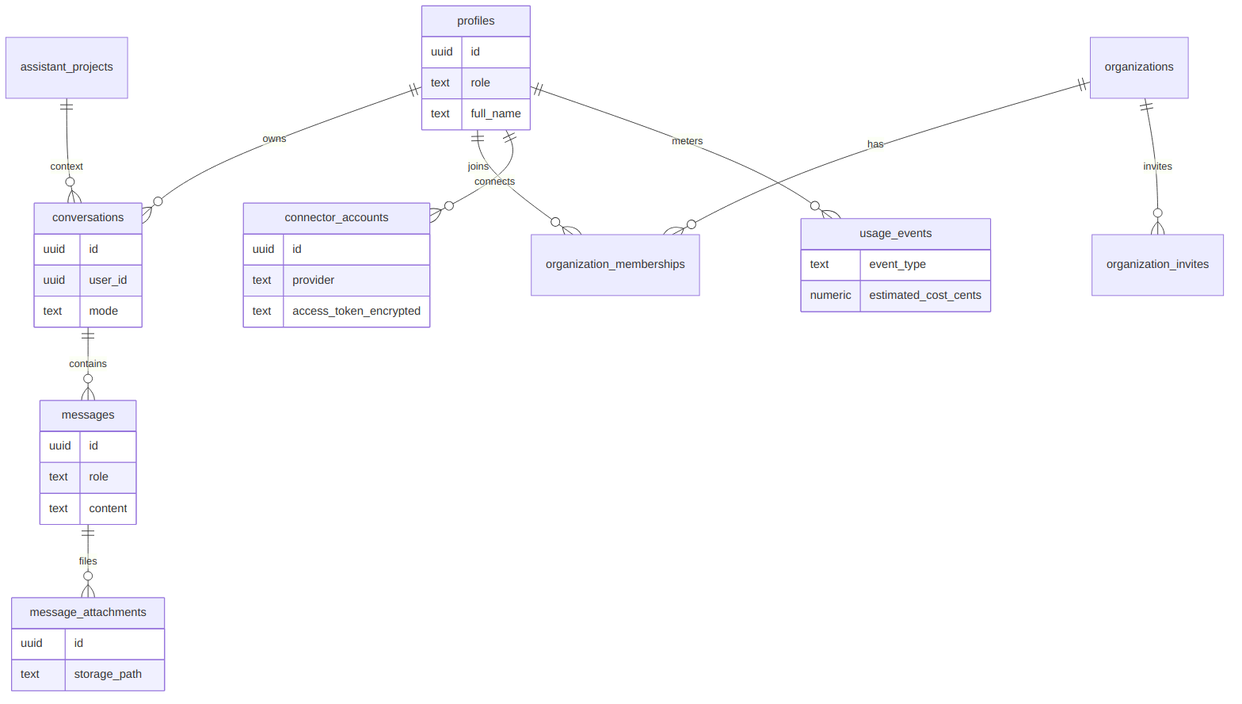
Above: docs/diagrams/08-data-model.png in billionairestechnologies/Friday-ai (Mermaid), before the change. Its source is kept beside it as docs/diagrams/08-data-model.mmd.
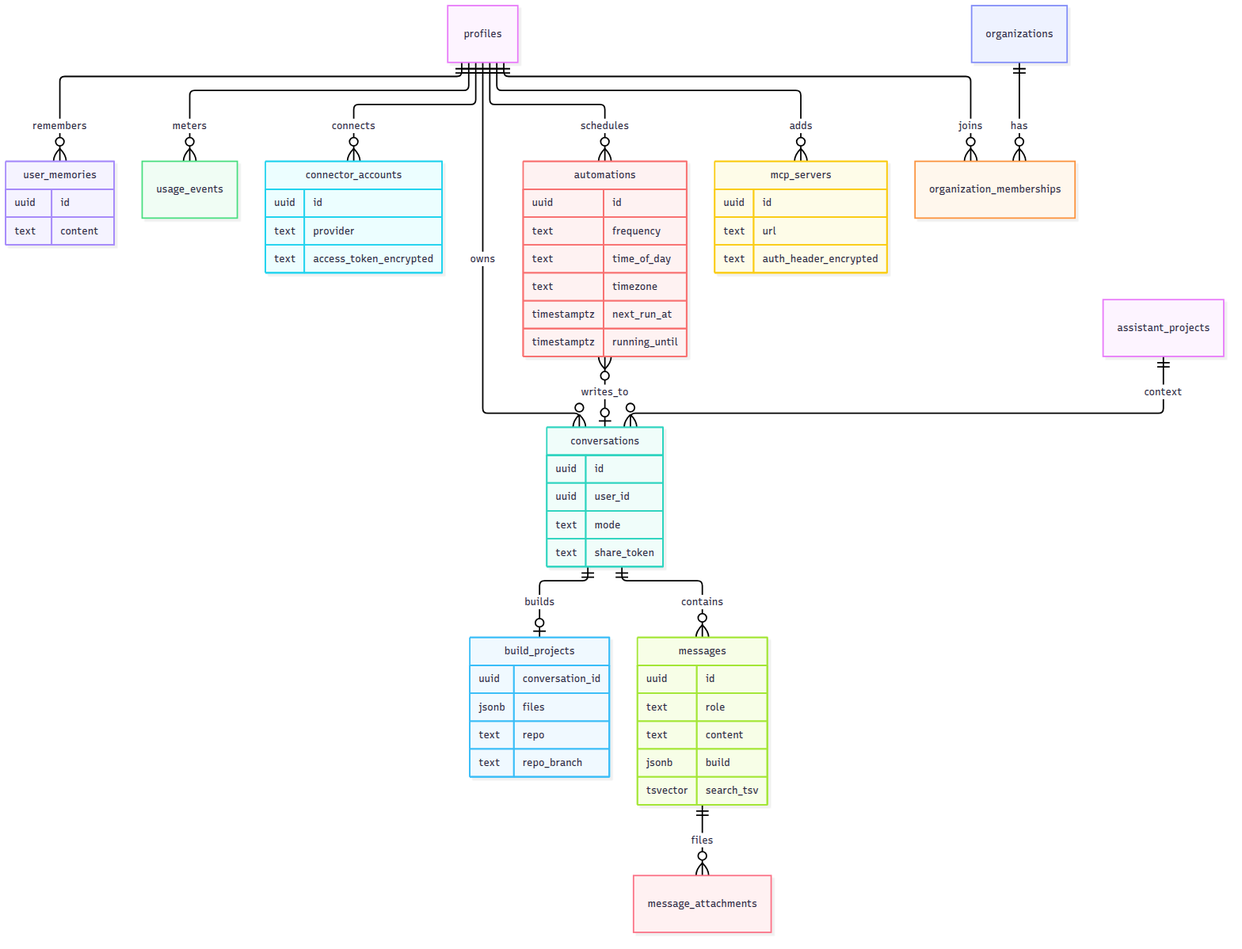
The same diagram one commit later.

What changed in the source:
```diff
@@ -3,37 +3,54 @@
   profiles ||--o{ organization_memberships : joins
   profiles ||--o{ connector_accounts : connects
   profiles ||--o{ usage_events : meters
+  profiles ||--o{ user_memories : remembers
+  profiles ||--o{ automations : schedules
+  profiles ||--o{ mcp_servers : adds
   organizations ||--o{ organization_memberships : has
-  organizations ||--o{ organization_invites : invites
   conversations ||--o{ messages : contains
+  conversations ||--o| build_projects : builds
   messages ||--o{ message_attachments : files
   assistant_projects ||--o{ conversations : context
+  automations }o--o| conversations : writes_to
 
-  profiles {
-    uuid id
-    text role
-    text full_name
-  }
   conversations {
     uuid id
     uuid user_id
     text mode
+    text share_token
   }
   messages {
     uuid id
     text role
     text content
+    jsonb build
+    tsvector search_tsv
   }
-  message_attachments {
+  user_memories {
     uuid id
-    text storage_path
+    text content
+  }
+  automations {
+    uuid id
+    text frequency
+    text time_of_day
+    text timezone
+    timestamptz next_run_at
+    timestamptz running_until
+  }
+  build_projects {
+    uuid conversation_id
+    jsonb files
+    text repo
+    text repo_branch
+  }
+  mcp_servers {
+    uuid id
+    text url
+    text auth_header_encrypted
   }
   connector_accounts {
     uuid id
     text provider
     text access_token_encrypted
   }
-  usage_events {
-    text event_type
-    numeric estimated_cost_cents
-  }
```
